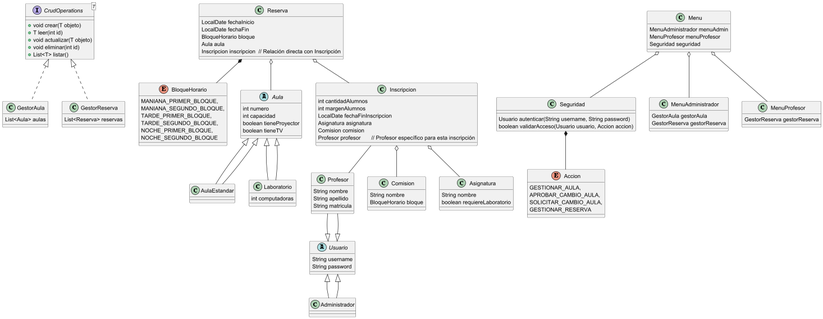
Above: src/doc/uml.png in burgosfacundo/gestionAulas (PlantUML), before the change.
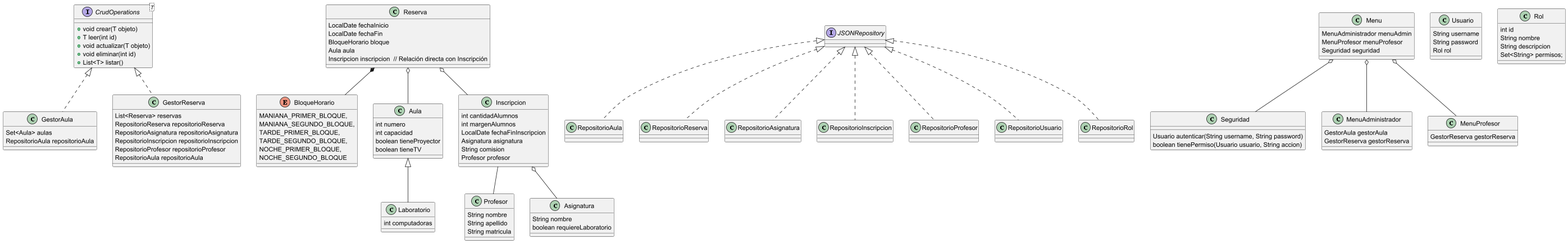
The same file after the commit.

Commit message:
Change uml and relocate folder

Diff of the diagram source:
```diff
@@ -16,15 +16,13 @@
     NOCHE_SEGUNDO_BLOQUE
 }
 
-abstract class Aula {
+class Aula {
     int numero
     int capacidad
     boolean tieneProyector
     boolean tieneTV
 }
 
-class AulaEstandar extends Aula {
-}
 
 class Laboratorio extends Aula {
     int computadoras
@@ -38,16 +36,12 @@
     Inscripcion inscripcion  // Relación directa con Inscripción
 }
 
-class Profesor extends Usuario {
+class Profesor {
     String nombre
     String apellido
     String matricula
 }
 
-class Comision {
-    String nombre
-    BloqueHorario bloque
-}
 
 class Asignatura {
     String nombre
@@ -59,21 +53,48 @@
     int margenAlumnos
     LocalDate fechaFinInscripcion
     Asignatura asignatura
-    Comision comision
-    Profesor profesor       // Profesor específico para esta inscripción
+    String comision
+    Profesor profesor
 }
 
 class GestorAula implements CrudOperations<Aula> {
-    List<Aula> aulas
+    Set<Aula> aulas
+    RepositorioAula repositorioAula
 }
 
 class GestorReserva implements CrudOperations<Reserva> {
     List<Reserva> reservas
+    RepositorioReserva repositorioReserva
+    RepositorioAsignatura repositorioAsignatura
+    RepositorioInscripcion repositorioInscripcion
+    RepositorioProfesor repositorioProfesor
+    RepositorioAula repositorioAula
+}
+
+class RepositorioAula implements JSONRepository<Aula> {
+}
+
+class RepositorioReserva implements JSONRepository<Reserva> {
+}
+
+class RepositorioAsignatura implements JSONRepository<Asignatura> {
+}
+
+class RepositorioInscripcion implements JSONRepository<Inscripcion> {
+}
+
+class RepositorioProfesor implements JSONRepository<Profesor> {
+}
+
+class RepositorioUsuario implements JSONRepository<Usuario> {
+}
+
+class RepositorioRol implements JSONRepository<Rol> {
 }
 
 class Seguridad {
     Usuario autenticar(String username, String password)
-    boolean validarAcceso(Usuario usuario, Accion accion)
+    boolean tienePermiso(Usuario usuario, String accion)
 }
 
 class Menu {
@@ -92,32 +113,25 @@
     GestorReserva gestorReserva
 }
 
-abstract class Usuario {
+class Usuario {
     String username
     String password
+    Rol rol
 }
 
-class Administrador extends Usuario {
+class Rol{
+    int id
+    String nombre
+    String descripcion
+    Set<String> permisos;
 }
 
-enum Accion {
-    GESTIONAR_AULA,
-    APROBAR_CAMBIO_AULA,
-    SOLICITAR_CAMBIO_AULA,
-    GESTIONAR_RESERVA
-}
 
-Aula <|-- AulaEstandar
-Aula <|-- Laboratorio
 Reserva o-- Aula
 Reserva o-- Inscripcion
 Reserva *-- BloqueHorario
 Inscripcion o-- Asignatura
-Inscripcion o-- Comision
 Inscripcion -- Profesor
-Administrador --|> Usuario
-Profesor --|> Usuario
-Seguridad *-- Accion
 Menu o-- Seguridad
 Menu o-- MenuAdministrador
 Menu o-- MenuProfesor
```
